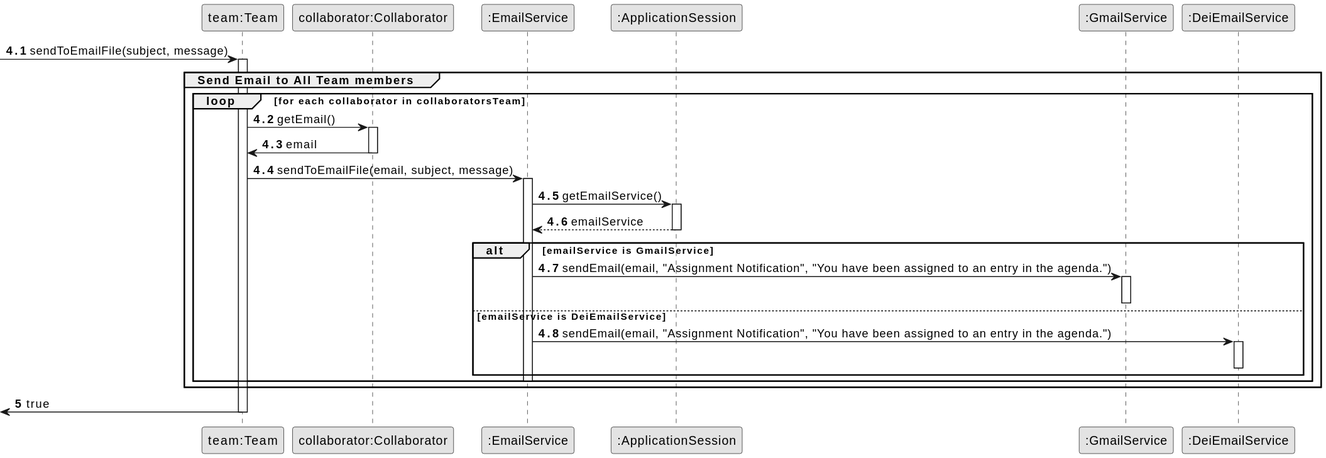
francisc-o-liveira/lei-24-s2-1dp-g163 keeps this PlantUML diagram as docs/sprintC/us023/03.design/svg/us023-sequence-diagram-partial-send-email-to-all-team-members.svg. Above is the earlier version. Source of this version:
```plantuml
@startuml
skinparam monochrome true
skinparam packageStyle rectangle
skinparam shadowing false


participant "team:Team" as Team

participant "collaborator:Collaborator" as Collaborator

participant ":EmailService" as EmailService

participant ":ApplicationSession" as ApplicationSession
participant ":GmailService" as GmailService
participant ":DeiEmailService" as DeiEmailService




autonumber 4.1
-> Team : sendToEmailFile(subject, message)
activate Team
group Send Email to All Team members



    loop for each collaborator in collaboratorsTeam
        Team -> Collaborator : getEmail()
        activate Collaborator

        Collaborator -> Team : email
        deactivate Collaborator

        Team -> EmailService: sendToEmailFile(email, subject, message)
        activate EmailService
        EmailService -> ApplicationSession : getEmailService()
        activate ApplicationSession


        ApplicationSession --> EmailService : emailService
        deactivate ApplicationSession

        alt emailService is GmailService
            EmailService -> GmailService : sendEmail(email, "Assignment Notification", "You have been assigned to an entry in the agenda.")
            activate GmailService
            deactivate GmailService
        else emailService is DeiEmailService
            EmailService -> DeiEmailService : sendEmail(email, "Assignment Notification", "You have been assigned to an entry in the agenda.")
            activate DeiEmailService
            deactivate DeiEmailService

        end
        deactivate EmailService

    end



end

autonumber 5

<- Team: true
deactivate Team
@enduml
```
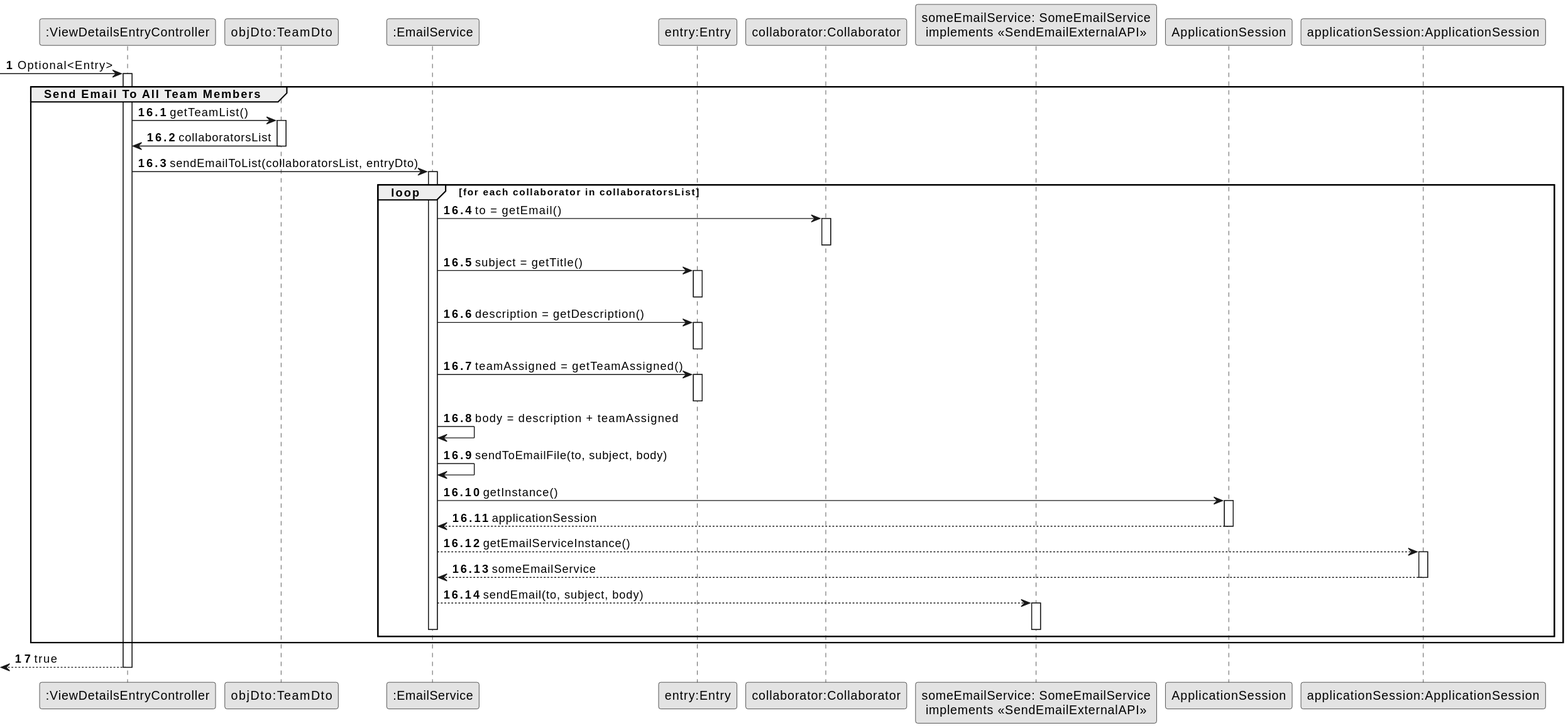
After the change.

What changed in the source:
```diff
@@ -3,63 +3,80 @@
 skinparam packageStyle rectangle
 skinparam shadowing false
 
-
-participant "team:Team" as Team
-
-participant "collaborator:Collaborator" as Collaborator
-
-participant ":EmailService" as EmailService
-
-participant ":ApplicationSession" as ApplicationSession
-participant ":GmailService" as GmailService
-participant ":DeiEmailService" as DeiEmailService
+autonumber
 
 
 
+participant ":ViewDetailsEntryController" as CTRL2
 
-autonumber 4.1
--> Team : sendToEmailFile(subject, message)
-activate Team
-group Send Email to All Team members
+participant "objDto:TeamDto" as TeamDto
+participant ":EmailService" as EmailService
+participant "entry:Entry" as Entry
+participant "collaborator:Collaborator" as Collaborator
+participant "someEmailService: SomeEmailService\nimplements <<SendEmailExternalAPI>>" as SomeEmailService
+
+participant "ApplicationSession" as Session
+participant "applicationSession:ApplicationSession" as ApplicationSession
 
 
 
-    loop for each collaborator in collaboratorsTeam
-        Team -> Collaborator : getEmail()
+-> CTRL2: Optional<Entry>
+
+autonumber 16.1
+activate CTRL2
+
+group Send Email To All Team Members
+    CTRL2 -> TeamDto : getTeamList()
+    activate TeamDto
+    TeamDto -> CTRL2 : collaboratorsList
+    deactivate TeamDto
+
+    CTRL2 -> EmailService : sendEmailToList(collaboratorsList, entryDto)
+    activate EmailService
+    loop for each collaborator in collaboratorsList
+        EmailService -> Collaborator : to = getEmail()
         activate Collaborator
-
-        Collaborator -> Team : email
         deactivate Collaborator
 
-        Team -> EmailService: sendToEmailFile(email, subject, message)
-        activate EmailService
-        EmailService -> ApplicationSession : getEmailService()
+        EmailService -> Entry : subject = getTitle()
+        activate Entry
+        deactivate Entry
+
+        EmailService -> Entry : description = getDescription()
+        activate Entry
+        deactivate Entry
+
+        EmailService -> Entry : teamAssigned = getTeamAssigned()
+        activate Entry
+        deactivate Entry
+
+        EmailService -> EmailService : body = description + teamAssigned
+
+        EmailService -> EmailService : sendToEmailFile(to, subject, body)
+
+
+        EmailService -> Session : getInstance()
+        activate Session
+
+        Session --> EmailService : applicationSession
+        deactivate Session
+
+        EmailService --> ApplicationSession : getEmailServiceInstance()
         activate ApplicationSession
 
-
-        ApplicationSession --> EmailService : emailService
+        ApplicationSession --> EmailService : someEmailService
         deactivate ApplicationSession
 
-        alt emailService is GmailService
-            EmailService -> GmailService : sendEmail(email, "Assignment Notification", "You have been assigned to an entry in the agenda.")
-            activate GmailService
-            deactivate GmailService
-        else emailService is DeiEmailService
-            EmailService -> DeiEmailService : sendEmail(email, "Assignment Notification", "You have been assigned to an entry in the agenda.")
-            activate DeiEmailService
-            deactivate DeiEmailService
-
-        end
+        EmailService -->  SomeEmailService : sendEmail(to, subject, body)
+        activate SomeEmailService
+        deactivate SomeEmailService
         deactivate EmailService
 
     end
-
-
-
 end
 
-autonumber 5
+autonumber 17
 
-<- Team: true
-deactivate Team
+<-- CTRL2  : true
+deactivate CTRL2
 @enduml
```
